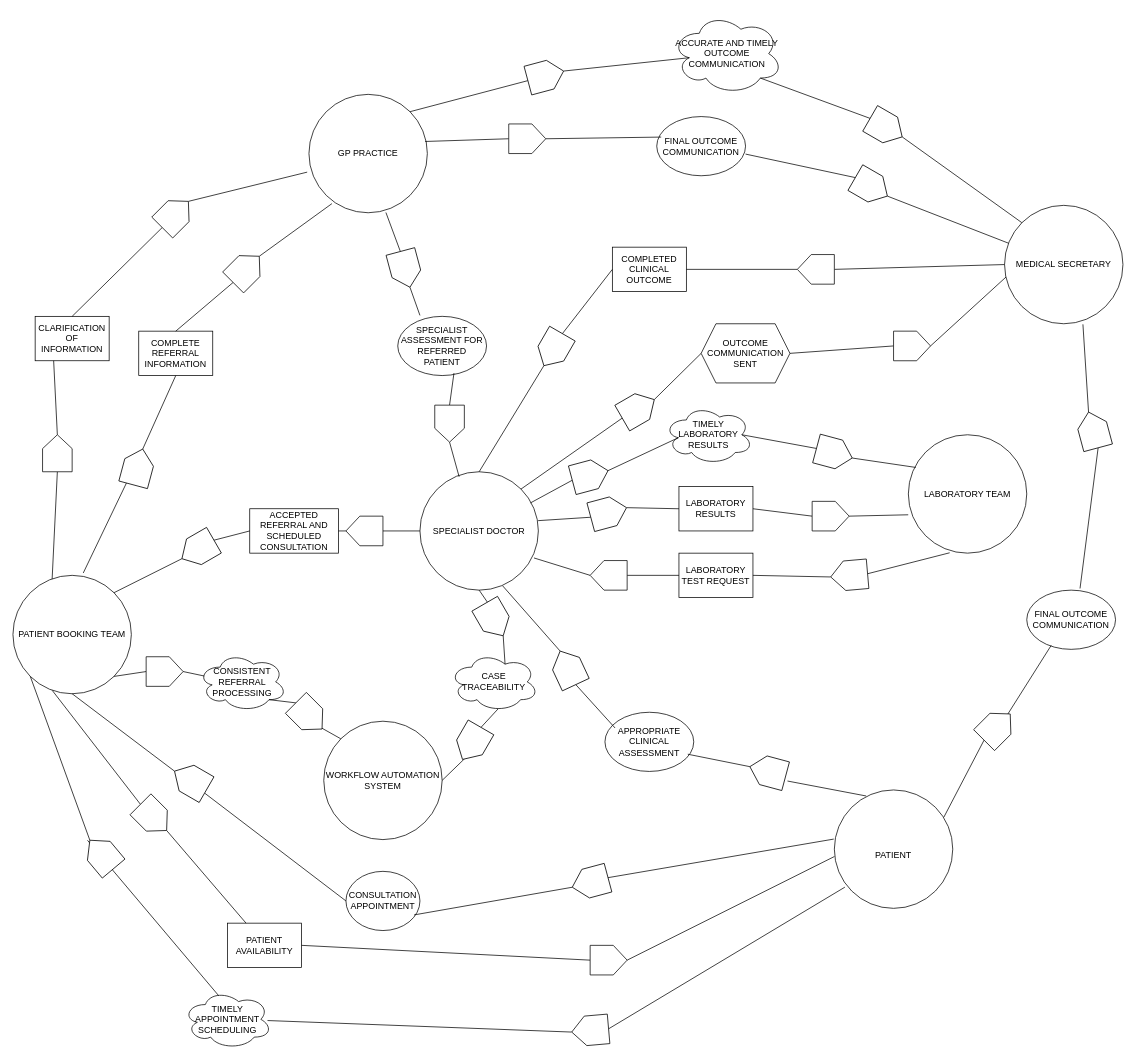
This is models/i-star/Strategy Dependency.drawio from RJumba/riverside, a draw.io file, before an edit. Source tidied: cells renumbered, new cells numbered last; positions are measured from the earlier drawing's top-left corner, leaving out a move shared by most shapes. Both pictures are drawn from the tidied source at 74%, with x=0, y=0 at pixel (13, 13).
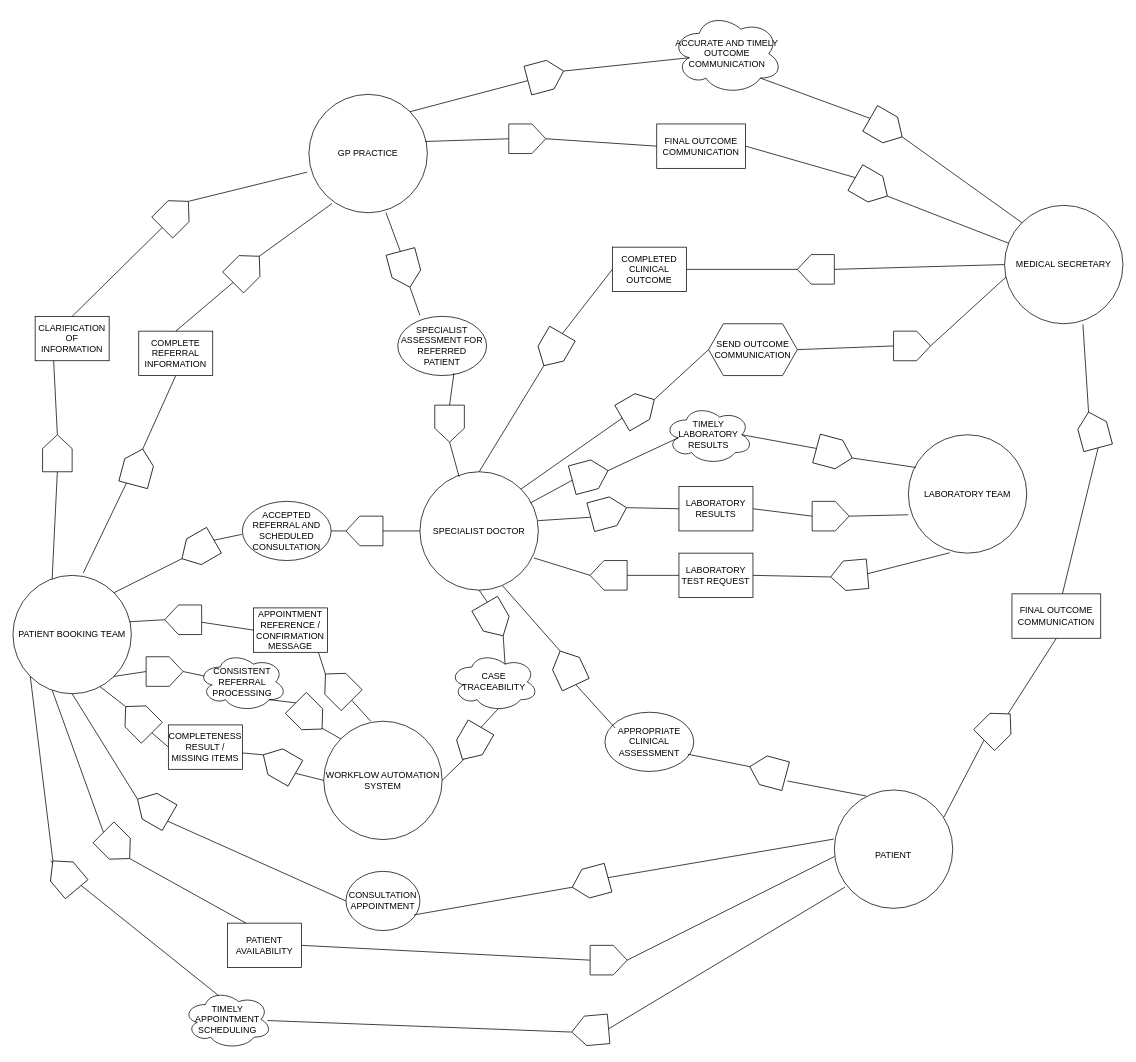
Above is the later version.

Unchanged cells that the change refers to:
```xml
<mxCell id="4" value="PATIENT BOOKING TEAM" style="ellipse;whiteSpace=wrap;html=1;shapeInside=1;" parent="1" vertex="1">
  <mxGeometry y="760" width="160" height="160" as="geometry" />
</mxCell>
<mxCell id="91" style="shape=offPageConnector;whiteSpace=wrap;html=1;rotation=-135;" parent="1" vertex="1">
  <mxGeometry x="1310" y="940" width="40" height="50" as="geometry" />
</mxCell>
<mxCell id="93" style="shape=offPageConnector;whiteSpace=wrap;html=1;rotation=-195;" parent="1" vertex="1">
  <mxGeometry x="1440" y="538.5" width="40" height="50" as="geometry" />
</mxCell>
<mxCell id="97" style="shape=offPageConnector;whiteSpace=wrap;html=1;rotation=-90;" parent="1" vertex="1">
  <mxGeometry x="675" y="145" width="40" height="50" as="geometry" />
</mxCell>
<mxCell id="99" style="shape=offPageConnector;whiteSpace=wrap;html=1;rotation=-60;" parent="1" vertex="1">
  <mxGeometry x="1140" y="210" width="40" height="50" as="geometry" />
</mxCell>
<mxCell id="119" style="shape=offPageConnector;whiteSpace=wrap;html=1;rotation=60;" parent="1" vertex="1">
  <mxGeometry x="230" y="700" width="40" height="50" as="geometry" />
</mxCell>
<mxCell id="120" value="WORKFLOW AUTOMATION SYSTEM" style="ellipse;whiteSpace=wrap;html=1;shapeInside=1;" parent="1" vertex="1">
  <mxGeometry x="420" y="957.1" width="160" height="160" as="geometry" />
</mxCell>
```

Diff of the diagram source:
```diff
@@
-    <mxCell id="16" value="OUTCOME COMMUNICATION SENT" style="shape=hexagon;perimeter=hexagonPerimeter2;whiteSpace=wrap;html=1;shapeInside=1;fixedSize=1;" parent="1" vertex="1">
-      <mxGeometry x="930" y="420" width="120" height="80" as="geometry" />
+    <mxCell id="16" value="SEND OUTCOME COMMUNICATION" style="shape=hexagon;perimeter=hexagonPerimeter2;whiteSpace=wrap;html=1;shapeInside=1;fixedSize=1;" parent="1" vertex="1">
+      <mxGeometry x="940" y="420" width="120" height="70" as="geometry" />
     </mxCell>
-    <mxCell id="17" value="FINAL OUTCOME COMMUNICATION" style="ellipse;whiteSpace=wrap;html=1;shapeInside=1;" parent="1" vertex="1">
-      <mxGeometry x="1370" y="780" width="120" height="80" as="geometry" />
-    </mxCell>
-    <mxCell id="18" value="FINAL OUTCOME COMMUNICATION" style="ellipse;whiteSpace=wrap;html=1;shapeInside=1;" parent="1" vertex="1">
-      <mxGeometry x="870" y="140" width="120" height="80" as="geometry" />
-    </mxCell>
@@
     <mxCell id="31" style="shape=offPageConnector;whiteSpace=wrap;html=1;rotation=-220;" parent="1" vertex="1">
-      <mxGeometry x="100" y="1112.1" width="40" height="50" as="geometry" />
+      <mxGeometry x="50" y="1140" width="40" height="50" as="geometry" />
     </mxCell>
@@
     <mxCell id="35" style="shape=offPageConnector;whiteSpace=wrap;html=1;rotation=120;" parent="1" vertex="1">
-      <mxGeometry x="220" y="1012.1" width="40" height="50" as="geometry" />
+      <mxGeometry x="170" y="1050" width="40" height="50" as="geometry" />
     </mxCell>
@@
     <mxCell id="37" style="shape=offPageConnector;whiteSpace=wrap;html=1;rotation=-45;" parent="1" vertex="1">
-      <mxGeometry x="170" y="1062.1" width="40" height="50" as="geometry" />
+      <mxGeometry x="120" y="1100" width="40" height="50" as="geometry" />
     </mxCell>
@@
-    <mxCell id="88" style="endArrow=none;html=1;rounded=0;exitX=0.538;exitY=0.891;exitDx=0;exitDy=0;exitPerimeter=0;entryX=0.275;entryY=0.934;entryDx=0;entryDy=0;entryPerimeter=0;" parent="1" edge="1" source="91" target="17">
+    <mxCell id="88" style="endArrow=none;html=1;rounded=0;exitX=0.538;exitY=0.891;exitDx=0;exitDy=0;exitPerimeter=0;entryX=0.5;entryY=1;entryDx=0;entryDy=0;" parent="1" edge="1" source="91" target="136">
       <mxGeometry relative="1" as="geometry" />
     </mxCell>
@@
-    <mxCell id="92" style="endArrow=none;html=1;rounded=0;exitX=0.6;exitY=-0.028;exitDx=0;exitDy=0;exitPerimeter=0;entryX=0.5;entryY=0;entryDx=0;entryDy=0;" parent="1" edge="1" source="17" target="93">
+    <mxCell id="92" style="endArrow=none;html=1;rounded=0;exitX=0.568;exitY=0.002;exitDx=0;exitDy=0;exitPerimeter=0;entryX=0.5;entryY=0;entryDx=0;entryDy=0;" parent="1" edge="1" source="136" target="93">
       <mxGeometry relative="1" as="geometry" />
     </mxCell>
@@
-    <mxCell id="94" style="endArrow=none;html=1;rounded=0;exitX=0.5;exitY=1;exitDx=0;exitDy=0;entryX=0.05;entryY=0.347;entryDx=0;entryDy=0;entryPerimeter=0;" parent="1" edge="1" source="97" target="18">
+    <mxCell id="94" style="endArrow=none;html=1;rounded=0;exitX=0.5;exitY=1;exitDx=0;exitDy=0;entryX=0;entryY=0.5;entryDx=0;entryDy=0;" parent="1" edge="1" source="97" target="135">
       <mxGeometry relative="1" as="geometry" />
     </mxCell>
@@
-    <mxCell id="98" style="endArrow=none;html=1;rounded=0;exitX=1;exitY=0.634;exitDx=0;exitDy=0;exitPerimeter=0;entryX=0.5;entryY=0;entryDx=0;entryDy=0;" parent="1" edge="1" source="18" target="99">
+    <mxCell id="98" style="endArrow=none;html=1;rounded=0;exitX=1;exitY=0.5;exitDx=0;exitDy=0;entryX=0.5;entryY=0;entryDx=0;entryDy=0;" parent="1" edge="1" source="135" target="99">
       <mxGeometry relative="1" as="geometry" />
     </mxCell>
@@
-    <mxCell id="113" value="ACCEPTED REFERRAL AND SCHEDULED CONSULTATION" style="rounded=0;whiteSpace=wrap;html=1;" parent="1" vertex="1">
-      <mxGeometry x="320" y="670" width="120" height="60" as="geometry" />
-    </mxCell>
@@
-    <mxCell id="115" style="endArrow=none;html=1;rounded=0;exitX=0.5;exitY=0;exitDx=0;exitDy=0;entryX=0;entryY=0.5;entryDx=0;entryDy=0;" parent="1" edge="1" source="119" target="113">
+    <mxCell id="115" style="endArrow=none;html=1;rounded=0;exitX=0.5;exitY=0;exitDx=0;exitDy=0;entryX=-0.006;entryY=0.558;entryDx=0;entryDy=0;entryPerimeter=0;" parent="1" edge="1" source="119" target="113">
       <mxGeometry relative="1" as="geometry" />
     </mxCell>
@@
+    <mxCell id="135" value="FINAL OUTCOME COMMUNICATION" style="rounded=0;whiteSpace=wrap;html=1;fontSize=12;" parent="1" vertex="1">
+      <mxGeometry x="870" y="150" width="120" height="60" as="geometry" />
+    </mxCell>
+    <mxCell id="136" value="FINAL OUTCOME COMMUNICATION" style="rounded=0;whiteSpace=wrap;html=1;fontSize=12;" parent="1" vertex="1">
+      <mxGeometry x="1350" y="785" width="120" height="60" as="geometry" />
+    </mxCell>
+    <mxCell id="113" value="ACCEPTED REFERRAL AND SCHEDULED CONSULTATION" style="ellipse;whiteSpace=wrap;html=1;shapeInside=1;" parent="1" vertex="1">
+      <mxGeometry x="310" y="660" width="120" height="80" as="geometry" />
+    </mxCell>
+    <mxCell id="137" value="COMPLETENESS RESULT / MISSING ITEMS" style="rounded=0;whiteSpace=wrap;html=1;" parent="1" vertex="1">
+      <mxGeometry x="210" y="962.1" width="100" height="60" as="geometry" />
+    </mxCell>
+    <mxCell id="138" style="endArrow=none;html=1;rounded=0;exitX=0.5;exitY=0;exitDx=0;exitDy=0;entryX=0;entryY=0.5;entryDx=0;entryDy=0;" parent="1" edge="1" source="140" target="120">
+      <mxGeometry relative="1" as="geometry" />
+    </mxCell>
+    <mxCell id="139" style="endArrow=none;html=1;rounded=0;entryX=0.5;entryY=1;entryDx=0;entryDy=0;" parent="1" edge="1" target="140">
+      <mxGeometry relative="1" as="geometry">
+        <mxPoint x="310" y="1000" as="sourcePoint" />
+      </mxGeometry>
+    </mxCell>
+    <mxCell id="140" style="shape=offPageConnector;whiteSpace=wrap;html=1;rotation=120;" parent="1" vertex="1">
+      <mxGeometry x="340" y="990" width="40" height="50" as="geometry" />
+    </mxCell>
+    <mxCell id="141" style="endArrow=none;html=1;rounded=0;exitX=0.5;exitY=0;exitDx=0;exitDy=0;entryX=0;entryY=0.5;entryDx=0;entryDy=0;" parent="1" edge="1" source="143" target="137">
+      <mxGeometry relative="1" as="geometry" />
+    </mxCell>
+    <mxCell id="142" style="endArrow=none;html=1;rounded=0;exitX=0.735;exitY=0.94;exitDx=0;exitDy=0;entryX=0.5;entryY=1;entryDx=0;entryDy=0;exitPerimeter=0;" parent="1" edge="1" source="4" target="143">
+      <mxGeometry relative="1" as="geometry" />
+    </mxCell>
+    <mxCell id="143" style="shape=offPageConnector;whiteSpace=wrap;html=1;rotation=135;" parent="1" vertex="1">
+      <mxGeometry x="150" y="930" width="40" height="50" as="geometry" />
+    </mxCell>
+    <mxCell id="144" value="APPOINTMENT REFERENCE / CONFIRMATION MESSAGE" style="rounded=0;whiteSpace=wrap;html=1;" parent="1" vertex="1">
+      <mxGeometry x="325" y="804" width="100" height="60" as="geometry" />
+    </mxCell>
+    <mxCell id="145" style="endArrow=none;html=1;rounded=0;exitX=0.5;exitY=0;exitDx=0;exitDy=0;entryX=0.397;entryY=0;entryDx=0;entryDy=0;entryPerimeter=0;" parent="1" edge="1" source="150" target="120">
+      <mxGeometry relative="1" as="geometry" />
+    </mxCell>
+    <mxCell id="146" style="endArrow=none;html=1;rounded=0;exitX=0.581;exitY=0.013;exitDx=0;exitDy=0;exitPerimeter=0;entryX=0;entryY=0.5;entryDx=0;entryDy=0;" parent="1" edge="1" source="148" target="144">
+      <mxGeometry relative="1" as="geometry" />
+    </mxCell>
+    <mxCell id="147" style="endArrow=none;html=1;rounded=0;exitX=0.983;exitY=0.392;exitDx=0;exitDy=0;exitPerimeter=0;entryX=0.5;entryY=1;entryDx=0;entryDy=0;" parent="1" edge="1" source="4" target="148">
+      <mxGeometry relative="1" as="geometry" />
+    </mxCell>
+    <mxCell id="148" style="shape=offPageConnector;whiteSpace=wrap;html=1;rotation=90;" parent="1" vertex="1">
+      <mxGeometry x="210" y="795" width="40" height="50" as="geometry" />
+    </mxCell>
+    <mxCell id="149" style="endArrow=none;html=1;rounded=0;exitX=0.88;exitY=1.014;exitDx=0;exitDy=0;exitPerimeter=0;entryX=0.5;entryY=1;entryDx=0;entryDy=0;" parent="1" edge="1" source="144" target="150">
+      <mxGeometry relative="1" as="geometry" />
+    </mxCell>
+    <mxCell id="150" style="shape=offPageConnector;whiteSpace=wrap;html=1;rotation=135;" parent="1" vertex="1">
+      <mxGeometry x="420" y="886" width="40" height="50" as="geometry" />
+    </mxCell>
```
